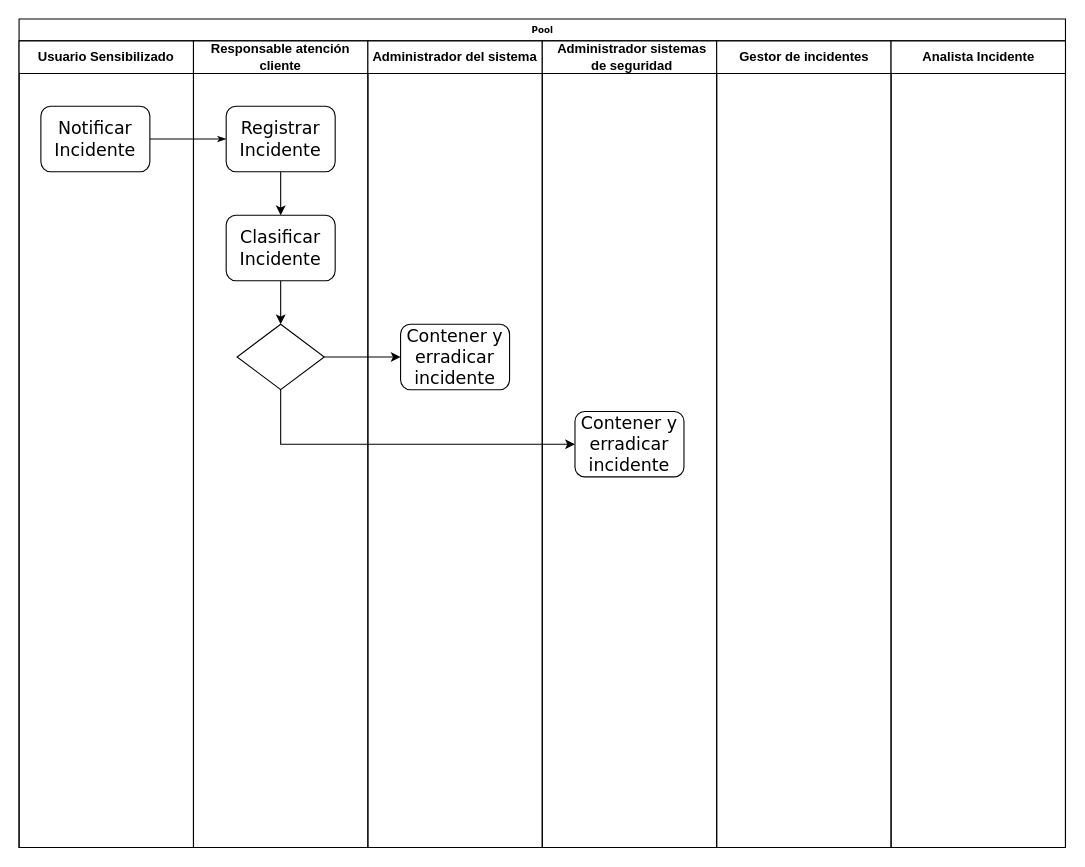
This is RespuestaIncidentes.drawio from paulchicaiza/tics, a draw.io file, before an edit. Source tidied: cells renumbered, new cells numbered last; positions are measured from the earlier drawing's top-left corner, leaving out a move shared by most shapes. Both pictures are drawn from the tidied source at 109%, with x=0, y=0 at pixel (19, 19).
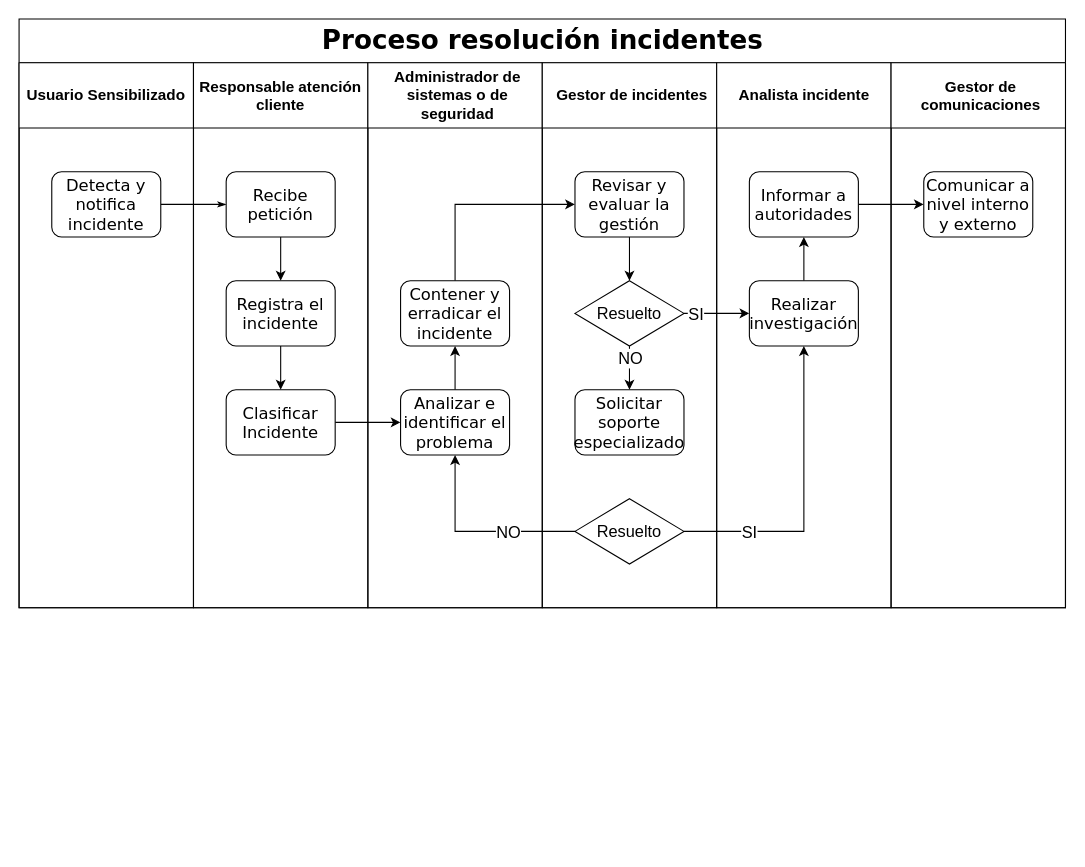
Above is the later version.

The edit, as a diff of the source:
```diff
@@
-    <mxCell id="2" value="Pool" style="swimlane;html=1;startSize=20;rounded=0;shadow=0;labelBackgroundColor=none;strokeWidth=1;fontFamily=Verdana;fontSize=8;align=center;" parent="1" vertex="1">
-      <mxGeometry width="960" height="760" as="geometry" />
+    <mxCell id="2" value="&lt;font style=&quot;font-size: 24px;&quot;&gt;Proceso resolución incidentes&lt;/font&gt;" style="swimlane;html=1;startSize=40;rounded=0;shadow=0;labelBackgroundColor=none;strokeWidth=1;fontFamily=Verdana;fontSize=8;align=center;" parent="1" vertex="1">
+      <mxGeometry width="960" height="540" as="geometry" />
     </mxCell>
+    <mxCell id="5" style="edgeStyle=orthogonalEdgeStyle;rounded=1;html=1;labelBackgroundColor=none;startArrow=none;startFill=0;startSize=5;endArrow=classicThin;endFill=1;endSize=5;jettySize=auto;strokeWidth=1;fontFamily=Verdana;fontSize=8;" parent="2" edge="1" source="4" target="8">
+      <mxGeometry relative="1" as="geometry" />
+    </mxCell>
+    <mxCell id="20" style="edgeStyle=orthogonalEdgeStyle;rounded=0;jettySize=auto;html=1;" parent="2" edge="1" source="10" target="33">
+      <mxGeometry relative="1" as="geometry" />
+    </mxCell>
+    <mxCell id="21" style="edgeStyle=orthogonalEdgeStyle;rounded=0;jettySize=auto;html=1;entryX=0;entryY=0.5;entryDx=0;entryDy=0;" parent="2" edge="1" source="44" target="45">
+      <mxGeometry relative="1" as="geometry" />
+    </mxCell>
+    <mxCell id="22" style="edgeStyle=orthogonalEdgeStyle;rounded=0;jettySize=auto;html=1;entryX=0;entryY=0.5;entryDx=0;entryDy=0;exitX=1;exitY=0.5;exitDx=0;exitDy=0;curved=1;" parent="2" edge="1" source="37" target="43">
+      <mxGeometry relative="1" as="geometry" />
+    </mxCell>
+    <mxCell id="23" value="SI" style="edgeLabel;html=1;align=center;verticalAlign=middle;fontSize=15;" parent="22" vertex="1">
+      <mxGeometry x="-0.27" relative="1" as="geometry">
+        <mxPoint x="-12" as="offset" />
+      </mxGeometry>
+    </mxCell>
+    <mxCell id="24" style="edgeStyle=orthogonalEdgeStyle;rounded=0;jettySize=auto;html=1;entryX=0;entryY=0.5;entryDx=0;entryDy=0;exitX=0.5;exitY=0;exitDx=0;exitDy=0;" parent="2" edge="1" source="34" target="36">
+      <mxGeometry relative="1" as="geometry" />
+    </mxCell>
+    <mxCell id="25" style="edgeStyle=orthogonalEdgeStyle;rounded=0;jettySize=auto;html=1;entryX=0.5;entryY=1;entryDx=0;entryDy=0;exitX=0;exitY=0.5;exitDx=0;exitDy=0;" parent="2" edge="1" source="41" target="33">
+      <mxGeometry relative="1" as="geometry">
+        <Array as="points">
+          <mxPoint x="400" y="470" />
+        </Array>
+      </mxGeometry>
+    </mxCell>
+    <mxCell id="26" value="NO" style="edgeLabel;html=1;align=center;verticalAlign=middle;fontSize=15;" parent="25" vertex="1">
+      <mxGeometry relative="1" as="geometry">
+        <mxPoint x="28" as="offset" />
+      </mxGeometry>
+    </mxCell>
+    <mxCell id="27" style="edgeStyle=orthogonalEdgeStyle;rounded=0;jettySize=auto;html=1;entryX=0.5;entryY=1;entryDx=0;entryDy=0;exitX=1;exitY=0.5;exitDx=0;exitDy=0;" parent="2" edge="1" source="41" target="43">
+      <mxGeometry relative="1" as="geometry">
+        <Array as="points">
+          <mxPoint x="720" y="470" />
+        </Array>
+      </mxGeometry>
+    </mxCell>
+    <mxCell id="28" value="SI" style="edgeLabel;html=1;align=center;verticalAlign=middle;fontSize=15;" parent="27" vertex="1">
+      <mxGeometry x="-0.27" relative="1" as="geometry">
+        <mxPoint x="-43" as="offset" />
+      </mxGeometry>
+    </mxCell>
-    <mxCell id="3" value="Usuario Sensibilizado" style="swimlane;html=1;startSize=30;whiteSpace=wrap;" parent="2" vertex="1">
-      <mxGeometry y="20" width="160" height="740" as="geometry" />
+    <mxCell id="3" value="Usuario Sensibilizado" style="swimlane;html=1;startSize=60;whiteSpace=wrap;fontSize=14;" parent="2" vertex="1">
+      <mxGeometry y="40" width="160" height="500" as="geometry" />
     </mxCell>
-    <mxCell id="4" value="Notificar Incidente" style="rounded=1;whiteSpace=wrap;html=1;shadow=0;labelBackgroundColor=none;strokeWidth=1;fontFamily=Verdana;fontSize=16;align=center;" parent="3" vertex="1">
-      <mxGeometry x="20" y="60" width="100" height="60" as="geometry" />
+    <mxCell id="4" value="Detecta y notifica incidente" style="rounded=1;whiteSpace=wrap;html=1;shadow=0;labelBackgroundColor=none;strokeWidth=1;fontFamily=Verdana;fontSize=15;align=center;" parent="3" vertex="1">
+      <mxGeometry x="30" y="100" width="100" height="60" as="geometry" />
     </mxCell>
-    <mxCell id="5" style="edgeStyle=orthogonalEdgeStyle;rounded=1;html=1;labelBackgroundColor=none;startArrow=none;startFill=0;startSize=5;endArrow=classicThin;endFill=1;endSize=5;jettySize=auto;strokeWidth=1;fontFamily=Verdana;fontSize=8;" parent="2" edge="1" source="4" target="8">
-      <mxGeometry relative="1" as="geometry" />
-    </mxCell>
-    <mxCell id="6" value="Responsable atención cliente" style="swimlane;html=1;startSize=30;whiteSpace=wrap;" parent="2" vertex="1">
-      <mxGeometry x="160" y="20" width="160" height="740" as="geometry" />
+    <mxCell id="6" value="Responsable atención cliente" style="swimlane;html=1;startSize=60;whiteSpace=wrap;fontSize=14;" parent="2" vertex="1">
+      <mxGeometry x="160" y="40" width="160" height="500" as="geometry" />
     </mxCell>
-    <mxCell id="7" style="edgeStyle=orthogonalEdgeStyle;rounded=0;jettySize=auto;html=1;entryX=0.5;entryY=0;entryDx=0;entryDy=0;" parent="6" edge="1" source="8" target="10">
-      <mxGeometry relative="1" as="geometry" />
-    </mxCell>
+    <mxCell id="29" style="edgeStyle=orthogonalEdgeStyle;rounded=0;jettySize=auto;html=1;" parent="6" edge="1" source="8" target="31">
+      <mxGeometry relative="1" as="geometry" />
+    </mxCell>
-    <mxCell id="8" value="Registrar Incidente" style="rounded=1;whiteSpace=wrap;html=1;shadow=0;labelBackgroundColor=none;strokeWidth=1;fontFamily=Verdana;fontSize=16;align=center;" parent="6" vertex="1">
-      <mxGeometry x="30" y="60" width="100" height="60" as="geometry" />
+    <mxCell id="8" value="Recibe petición" style="rounded=1;whiteSpace=wrap;html=1;shadow=0;labelBackgroundColor=none;strokeWidth=1;fontFamily=Verdana;fontSize=15;align=center;" parent="6" vertex="1">
+      <mxGeometry x="30" y="100" width="100" height="60" as="geometry" />
     </mxCell>
-    <mxCell id="9" style="edgeStyle=orthogonalEdgeStyle;rounded=0;jettySize=auto;html=1;" parent="6" edge="1" source="10" target="11">
-      <mxGeometry relative="1" as="geometry" />
-    </mxCell>
-    <mxCell id="10" value="Clasificar Incidente" style="rounded=1;whiteSpace=wrap;html=1;shadow=0;labelBackgroundColor=none;strokeWidth=1;fontFamily=Verdana;fontSize=16;align=center;" parent="6" vertex="1">
-      <mxGeometry x="30" y="160" width="100" height="60" as="geometry" />
+    <mxCell id="10" value="Clasificar Incidente" style="rounded=1;whiteSpace=wrap;html=1;shadow=0;labelBackgroundColor=none;strokeWidth=1;fontFamily=Verdana;fontSize=15;align=center;" parent="6" vertex="1">
+      <mxGeometry x="30" y="300" width="100" height="60" as="geometry" />
     </mxCell>
-    <mxCell id="11" style="rhombus;whiteSpace=wrap;html=1;rounded=0;shadow=0;labelBackgroundColor=none;strokeWidth=1;fontFamily=Verdana;fontSize=8;align=center;" parent="6" vertex="1">
-      <mxGeometry x="40" y="260" width="80" height="60" as="geometry" />
-    </mxCell>
+    <mxCell id="30" style="edgeStyle=orthogonalEdgeStyle;rounded=0;jettySize=auto;html=1;" parent="6" edge="1" source="31" target="10">
+      <mxGeometry relative="1" as="geometry" />
+    </mxCell>
+    <mxCell id="31" value="Registra el incidente" style="rounded=1;whiteSpace=wrap;html=1;shadow=0;labelBackgroundColor=none;strokeWidth=1;fontFamily=Verdana;fontSize=15;align=center;" parent="6" vertex="1">
+      <mxGeometry x="30" y="200" width="100" height="60" as="geometry" />
+    </mxCell>
-    <mxCell id="12" value="Administrador del sistema" style="swimlane;html=1;startSize=30;whiteSpace=wrap;" parent="2" vertex="1">
-      <mxGeometry x="320" y="20" width="160" height="740" as="geometry" />
+    <mxCell id="12" value="Administrador de sistemas o de seguridad" style="swimlane;html=1;startSize=60;whiteSpace=wrap;spacingLeft=10;spacingRight=5;fontSize=14;" parent="2" vertex="1">
+      <mxGeometry x="320" y="40" width="160" height="500" as="geometry" />
     </mxCell>
-    <mxCell id="13" value="Contener y erradicar incidente" style="rounded=1;whiteSpace=wrap;html=1;shadow=0;labelBackgroundColor=none;strokeWidth=1;fontFamily=Verdana;fontSize=16;align=center;" parent="12" vertex="1">
-      <mxGeometry x="30" y="260" width="100" height="60" as="geometry" />
-    </mxCell>
+    <mxCell id="32" style="edgeStyle=orthogonalEdgeStyle;rounded=0;jettySize=auto;html=1;" parent="12" edge="1" source="33" target="34">
+      <mxGeometry relative="1" as="geometry" />
+    </mxCell>
+    <mxCell id="33" value="Analizar e identificar el problema" style="rounded=1;whiteSpace=wrap;html=1;shadow=0;labelBackgroundColor=none;strokeWidth=1;fontFamily=Verdana;fontSize=15;align=center;" parent="12" vertex="1">
+      <mxGeometry x="30" y="300" width="100" height="60" as="geometry" />
+    </mxCell>
+    <mxCell id="34" value="Contener y erradicar el incidente" style="rounded=1;whiteSpace=wrap;html=1;shadow=0;labelBackgroundColor=none;strokeWidth=1;fontFamily=Verdana;fontSize=15;align=center;" parent="12" vertex="1">
+      <mxGeometry x="30" y="200" width="100" height="60" as="geometry" />
+    </mxCell>
-    <mxCell id="14" value="Administrador sistemas de seguridad" style="swimlane;html=1;startSize=30;whiteSpace=wrap;spacing=2;spacingLeft=9;spacingRight=4;" parent="2" vertex="1">
-      <mxGeometry x="480" y="20" width="160" height="740" as="geometry" />
+    <mxCell id="14" value="Gestor de incidentes" style="swimlane;html=1;startSize=60;whiteSpace=wrap;spacing=2;spacingLeft=9;spacingRight=4;fontSize=14;" parent="2" vertex="1">
+      <mxGeometry x="480" y="40" width="160" height="500" as="geometry" />
     </mxCell>
-    <mxCell id="15" value="Contener y erradicar incidente" style="rounded=1;whiteSpace=wrap;html=1;shadow=0;labelBackgroundColor=none;strokeWidth=1;fontFamily=Verdana;fontSize=16;align=center;" parent="14" vertex="1">
-      <mxGeometry x="30" y="340" width="100" height="60" as="geometry" />
-    </mxCell>
+    <mxCell id="35" style="edgeStyle=orthogonalEdgeStyle;rounded=0;jettySize=auto;html=1;" parent="14" edge="1" source="36" target="37">
+      <mxGeometry relative="1" as="geometry" />
+    </mxCell>
+    <mxCell id="36" value="Revisar y evaluar la gestión" style="rounded=1;whiteSpace=wrap;html=1;shadow=0;labelBackgroundColor=none;strokeWidth=1;fontFamily=Verdana;fontSize=15;align=center;" parent="14" vertex="1">
+      <mxGeometry x="30" y="100" width="100" height="60" as="geometry" />
+    </mxCell>
+    <mxCell id="37" value="Resuelto" style="rhombus;whiteSpace=wrap;html=1;fontSize=15;" parent="14" vertex="1">
+      <mxGeometry x="30" y="200" width="100" height="60" as="geometry" />
+    </mxCell>
+    <mxCell id="38" value="Solicitar soporte especializado" style="rounded=1;whiteSpace=wrap;html=1;shadow=0;labelBackgroundColor=none;strokeWidth=1;fontFamily=Verdana;fontSize=15;align=center;" parent="14" vertex="1">
+      <mxGeometry x="30" y="300" width="100" height="60" as="geometry" />
+    </mxCell>
+    <mxCell id="39" style="edgeStyle=orthogonalEdgeStyle;rounded=0;jettySize=auto;html=1;entryX=0.5;entryY=0;entryDx=0;entryDy=0;exitX=0.5;exitY=1;exitDx=0;exitDy=0;" parent="14" edge="1" source="37" target="38">
+      <mxGeometry relative="1" as="geometry">
+        <Array as="points">
+          <mxPoint x="80" y="270" />
+          <mxPoint x="80" y="270" />
+        </Array>
+      </mxGeometry>
+    </mxCell>
+    <mxCell id="40" value="NO" style="edgeLabel;html=1;align=center;verticalAlign=middle;fontSize=15;" parent="39" vertex="1">
+      <mxGeometry relative="1" as="geometry">
+        <mxPoint y="-10" as="offset" />
+      </mxGeometry>
+    </mxCell>
+    <mxCell id="41" value="Resuelto" style="rhombus;whiteSpace=wrap;html=1;fontSize=15;" parent="14" vertex="1">
+      <mxGeometry x="30" y="400" width="100" height="60" as="geometry" />
+    </mxCell>
-    <mxCell id="16" value="Gestor de incidentes" style="swimlane;html=1;startSize=30;" parent="2" vertex="1">
-      <mxGeometry x="640" y="20" width="160" height="740" as="geometry" />
+    <mxCell id="16" value="Analista incidente" style="swimlane;html=1;startSize=60;fontSize=14;" parent="2" vertex="1">
+      <mxGeometry x="640" y="40" width="160" height="500" as="geometry" />
     </mxCell>
+    <mxCell id="42" style="edgeStyle=orthogonalEdgeStyle;rounded=0;jettySize=auto;html=1;" parent="16" edge="1" source="43" target="44">
+      <mxGeometry relative="1" as="geometry" />
+    </mxCell>
+    <mxCell id="43" value="Realizar investigación" style="rounded=1;whiteSpace=wrap;html=1;shadow=0;labelBackgroundColor=none;strokeWidth=1;fontFamily=Verdana;fontSize=15;align=center;" parent="16" vertex="1">
+      <mxGeometry x="30" y="200" width="100" height="60" as="geometry" />
+    </mxCell>
+    <mxCell id="44" value="Informar a autoridades" style="rounded=1;whiteSpace=wrap;html=1;shadow=0;labelBackgroundColor=none;strokeWidth=1;fontFamily=Verdana;fontSize=15;align=center;" parent="16" vertex="1">
+      <mxGeometry x="30" y="100" width="100" height="60" as="geometry" />
+    </mxCell>
-    <mxCell id="17" value="Analista Incidente" style="swimlane;html=1;startSize=30;" parent="2" vertex="1">
-      <mxGeometry x="800" y="20" width="160" height="740" as="geometry" />
+    <mxCell id="17" value="Gestor de comunicaciones" style="swimlane;html=1;startSize=60;spacingLeft=10;spacingRight=5;whiteSpace=wrap;fontSize=14;" parent="2" vertex="1">
+      <mxGeometry x="800" y="40" width="160" height="500" as="geometry" />
     </mxCell>
-    <mxCell id="18" style="edgeStyle=orthogonalEdgeStyle;rounded=0;jettySize=auto;html=1;entryX=0;entryY=0.5;entryDx=0;entryDy=0;" parent="2" edge="1" source="11" target="13">
-      <mxGeometry relative="1" as="geometry" />
-    </mxCell>
-    <mxCell id="19" style="edgeStyle=orthogonalEdgeStyle;rounded=0;jettySize=auto;html=1;entryX=0;entryY=0.5;entryDx=0;entryDy=0;exitX=0.5;exitY=1;exitDx=0;exitDy=0;" parent="2" edge="1" source="11" target="15">
-      <mxGeometry relative="1" as="geometry" />
-    </mxCell>
+    <mxCell id="45" value="Comunicar a nivel interno y externo" style="rounded=1;whiteSpace=wrap;html=1;shadow=0;labelBackgroundColor=none;strokeWidth=1;fontFamily=Verdana;fontSize=15;align=center;" parent="17" vertex="1">
+      <mxGeometry x="30" y="100" width="100" height="60" as="geometry" />
+    </mxCell>
```
